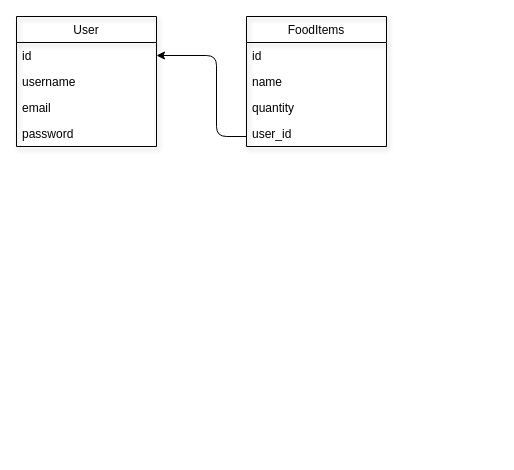
cmullan602/blogging-tech keeps this draw.io diagram as models.drawio. Above is the earlier version. Source tidied: cells renumbered, new cells numbered last; positions are measured from the earlier drawing's top-left corner, leaving out a move shared by most shapes. Both pictures are drawn from the tidied source at 100%, with x=0, y=0 at pixel (16, 16).
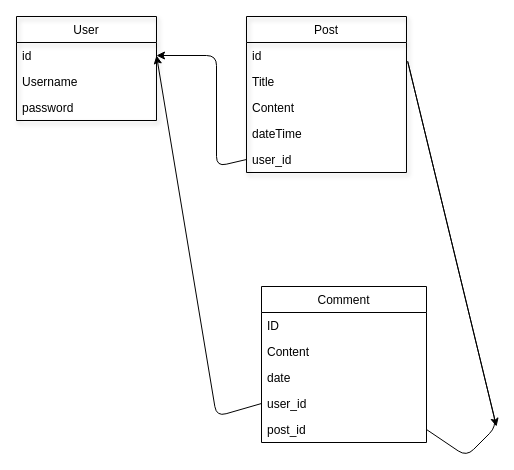
The same diagram, later.

Commit message (it also covers changes not shown here):
added models draw io and renamed files.

Unchanged cells that the change refers to:
```xml
<mxCell id="3" value="id" style="text;strokeColor=none;fillColor=none;align=left;verticalAlign=top;spacingLeft=4;spacingRight=4;overflow=hidden;points=[[0,0.5],[1,0.5]];portConstraint=eastwest;" parent="2" vertex="1">
  <mxGeometry y="26" width="140" height="26" as="geometry" />
</mxCell>
```

Diff of the diagram source:
```diff
@@
     <mxCell id="2" value="User" style="swimlane;fontStyle=0;horizontal=1;startSize=26;fillColor=none;shadow=1;" parent="1" vertex="1">
-      <mxGeometry width="140" height="130" as="geometry" />
+      <mxGeometry width="140" height="104" as="geometry" />
     </mxCell>
@@
-    <mxCell id="4" value="username" style="text;strokeColor=none;fillColor=none;align=left;verticalAlign=top;spacingLeft=4;spacingRight=4;overflow=hidden;" parent="2" vertex="1">
-      <mxGeometry y="52" width="140" height="26" as="geometry" />
-    </mxCell>
-    <mxCell id="5" value="email" style="text;strokeColor=none;fillColor=none;align=left;verticalAlign=top;spacingLeft=4;spacingRight=4;overflow=hidden;" parent="2" vertex="1">
-      <mxGeometry y="78" width="140" height="26" as="geometry" />
+    <mxCell id="5" value="Username" style="text;strokeColor=none;fillColor=none;align=left;verticalAlign=top;spacingLeft=4;spacingRight=4;overflow=hidden;" parent="2" vertex="1">
+      <mxGeometry y="52" width="140" height="26" as="geometry" />
     </mxCell>
     <mxCell id="6" value="password" style="text;strokeColor=none;fillColor=none;align=left;verticalAlign=top;spacingLeft=4;spacingRight=4;overflow=hidden;" parent="2" vertex="1">
-      <mxGeometry y="104" width="140" height="26" as="geometry" />
+      <mxGeometry y="78" width="140" height="26" as="geometry" />
     </mxCell>
+    <mxCell id="13" style="edgeStyle=none;html=1;exitX=0.5;exitY=0;exitDx=0;exitDy=0;entryX=0.5;entryY=0;entryDx=0;entryDy=0;" parent="1" edge="1" source="7" target="7">
+      <mxGeometry relative="1" as="geometry" />
+    </mxCell>
-    <mxCell id="7" value="FoodItems" style="swimlane;fontStyle=0;horizontal=1;startSize=26;fillColor=none;shadow=1;" parent="1" vertex="1">
-      <mxGeometry x="230" width="140" height="130" as="geometry" />
+    <mxCell id="7" value="Post" style="swimlane;fontStyle=0;horizontal=1;startSize=26;fillColor=none;shadow=1;direction=east;" parent="1" vertex="1">
+      <mxGeometry x="230" width="160" height="156" as="geometry" />
     </mxCell>
     <mxCell id="8" value="id" style="text;strokeColor=none;fillColor=none;align=left;verticalAlign=top;spacingLeft=4;spacingRight=4;overflow=hidden;" parent="7" vertex="1">
-      <mxGeometry y="26" width="140" height="26" as="geometry" />
+      <mxGeometry y="26" width="160" height="26" as="geometry" />
     </mxCell>
-    <mxCell id="9" value="name" style="text;strokeColor=none;fillColor=none;align=left;verticalAlign=top;spacingLeft=4;spacingRight=4;overflow=hidden;" parent="7" vertex="1">
-      <mxGeometry y="52" width="140" height="26" as="geometry" />
+    <mxCell id="9" value="Title" style="text;strokeColor=none;fillColor=none;align=left;verticalAlign=top;spacingLeft=4;spacingRight=4;overflow=hidden;" parent="7" vertex="1">
+      <mxGeometry y="52" width="160" height="26" as="geometry" />
     </mxCell>
-    <mxCell id="10" value="quantity" style="text;strokeColor=none;fillColor=none;align=left;verticalAlign=top;spacingLeft=4;spacingRight=4;overflow=hidden;" parent="7" vertex="1">
-      <mxGeometry y="78" width="140" height="26" as="geometry" />
+    <mxCell id="10" value="Content" style="text;strokeColor=none;fillColor=none;align=left;verticalAlign=top;spacingLeft=4;spacingRight=4;overflow=hidden;" parent="7" vertex="1">
+      <mxGeometry y="78" width="160" height="26" as="geometry" />
     </mxCell>
-    <mxCell id="11" value="user_id" style="text;strokeColor=none;fillColor=none;align=left;verticalAlign=top;spacingLeft=4;spacingRight=4;overflow=hidden;" parent="7" vertex="1">
-      <mxGeometry y="104" width="140" height="26" as="geometry" />
+    <mxCell id="11" value="dateTime" style="text;strokeColor=none;fillColor=none;align=left;verticalAlign=top;spacingLeft=4;spacingRight=4;overflow=hidden;" parent="7" vertex="1">
+      <mxGeometry y="104" width="160" height="26" as="geometry" />
     </mxCell>
+    <mxCell id="14" value="user_id" style="text;strokeColor=none;fillColor=none;align=left;verticalAlign=top;spacingLeft=4;spacingRight=4;overflow=hidden;points=[[0,0.5],[1,0.5]];portConstraint=eastwest;" parent="7" vertex="1">
+      <mxGeometry y="130" width="160" height="26" as="geometry" />
+    </mxCell>
-    <mxCell id="12" style="edgeStyle=none;html=1;entryX=1;entryY=0.5;entryDx=0;entryDy=0;" parent="1" edge="1" target="3">
+    <mxCell id="12" style="edgeStyle=none;html=1;entryX=1;entryY=0.5;entryDx=0;entryDy=0;exitX=0;exitY=0.5;exitDx=0;exitDy=0;" parent="1" edge="1" source="14" target="3">
       <mxGeometry relative="1" as="geometry">
-        <mxPoint x="230" y="120" as="sourcePoint" />
         <Array as="points">
-          <mxPoint x="200" y="120" />
+          <mxPoint x="200" y="150" />
           <mxPoint x="200" y="39" />
         </Array>
       </mxGeometry>
     </mxCell>
+    <mxCell id="15" value="Comment" style="swimlane;fontStyle=0;horizontal=1;startSize=26;fillColor=none;" parent="1" vertex="1">
+      <mxGeometry x="245" y="270" width="165" height="156" as="geometry" />
+    </mxCell>
+    <mxCell id="16" value="ID" style="text;strokeColor=none;fillColor=none;align=left;verticalAlign=top;spacingLeft=4;spacingRight=4;overflow=hidden;" parent="15" vertex="1">
+      <mxGeometry y="26" width="165" height="26" as="geometry" />
+    </mxCell>
+    <mxCell id="17" value="Content" style="text;strokeColor=none;fillColor=none;align=left;verticalAlign=top;spacingLeft=4;spacingRight=4;overflow=hidden;" parent="15" vertex="1">
+      <mxGeometry y="52" width="165" height="26" as="geometry" />
+    </mxCell>
+    <mxCell id="18" value="date" style="text;strokeColor=none;fillColor=none;align=left;verticalAlign=top;spacingLeft=4;spacingRight=4;overflow=hidden;" parent="15" vertex="1">
+      <mxGeometry y="78" width="165" height="26" as="geometry" />
+    </mxCell>
+    <mxCell id="19" value="user_id" style="text;strokeColor=none;fillColor=none;align=left;verticalAlign=top;spacingLeft=4;spacingRight=4;overflow=hidden;points=[[0,0.5],[1,0.5]];portConstraint=eastwest;" parent="15" vertex="1">
+      <mxGeometry y="104" width="165" height="26" as="geometry" />
+    </mxCell>
+    <mxCell id="20" value="post_id" style="text;strokeColor=none;fillColor=none;align=left;verticalAlign=top;spacingLeft=4;spacingRight=4;overflow=hidden;points=[[0,0.5],[1,0.5]];portConstraint=eastwest;" parent="15" vertex="1">
+      <mxGeometry y="130" width="165" height="26" as="geometry" />
+    </mxCell>
+    <mxCell id="21" style="edgeStyle=none;html=1;exitX=1;exitY=0.5;exitDx=0;exitDy=0;" parent="1" edge="1" source="20">
+      <mxGeometry relative="1" as="geometry">
+        <mxPoint x="480" y="410" as="targetPoint" />
+        <Array as="points">
+          <mxPoint x="450" y="440" />
+          <mxPoint x="480" y="410" />
+          <mxPoint x="390" y="40" />
+        </Array>
+      </mxGeometry>
+    </mxCell>
+    <mxCell id="22" style="edgeStyle=none;html=1;exitX=0;exitY=0.5;exitDx=0;exitDy=0;entryX=1;entryY=0.5;entryDx=0;entryDy=0;" parent="1" edge="1" source="19" target="3">
+      <mxGeometry relative="1" as="geometry">
+        <Array as="points">
+          <mxPoint x="200" y="400" />
+        </Array>
+      </mxGeometry>
+    </mxCell>
```
